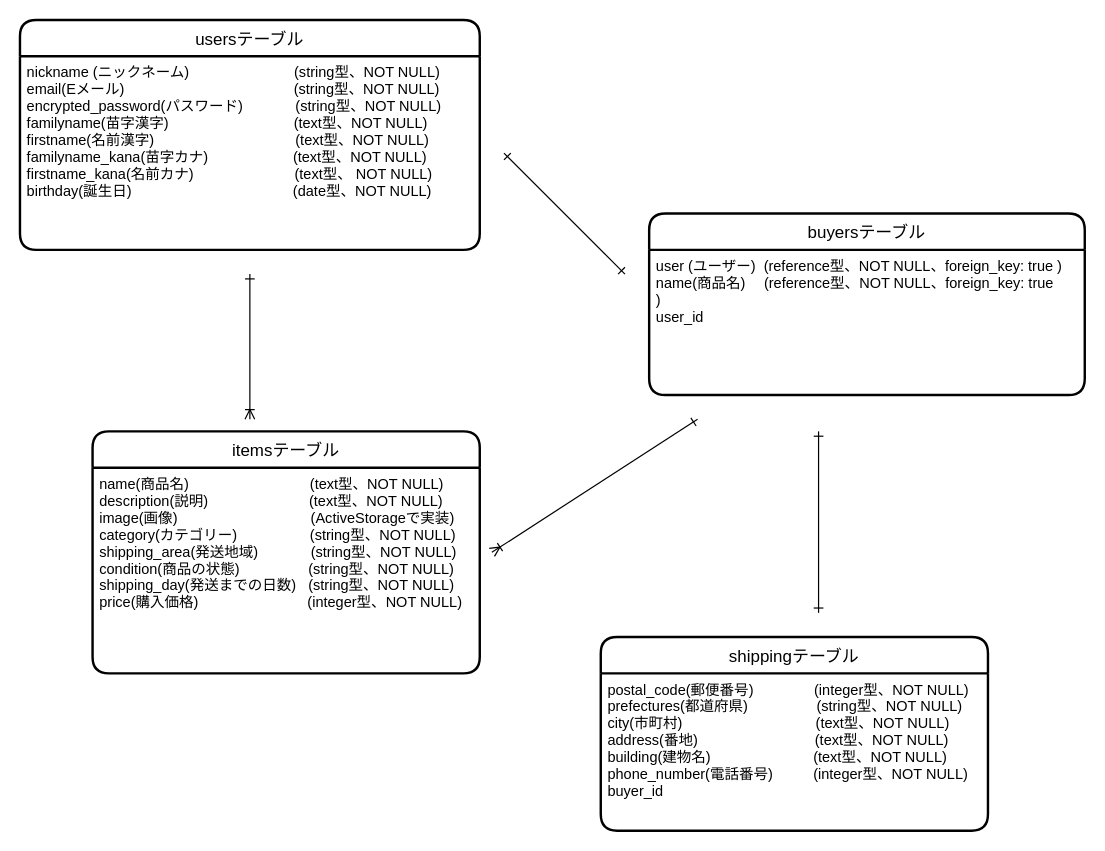
Above: furima-34505.dio in shuuuyan/furima-34505 (draw.io), before the change. Source tidied: cells renumbered, new cells numbered last; positions are measured from the earlier drawing's top-left corner, leaving out a move shared by most shapes. Both pictures are drawn from the tidied source at 121%, with x=0, y=0 at pixel (19, 19).
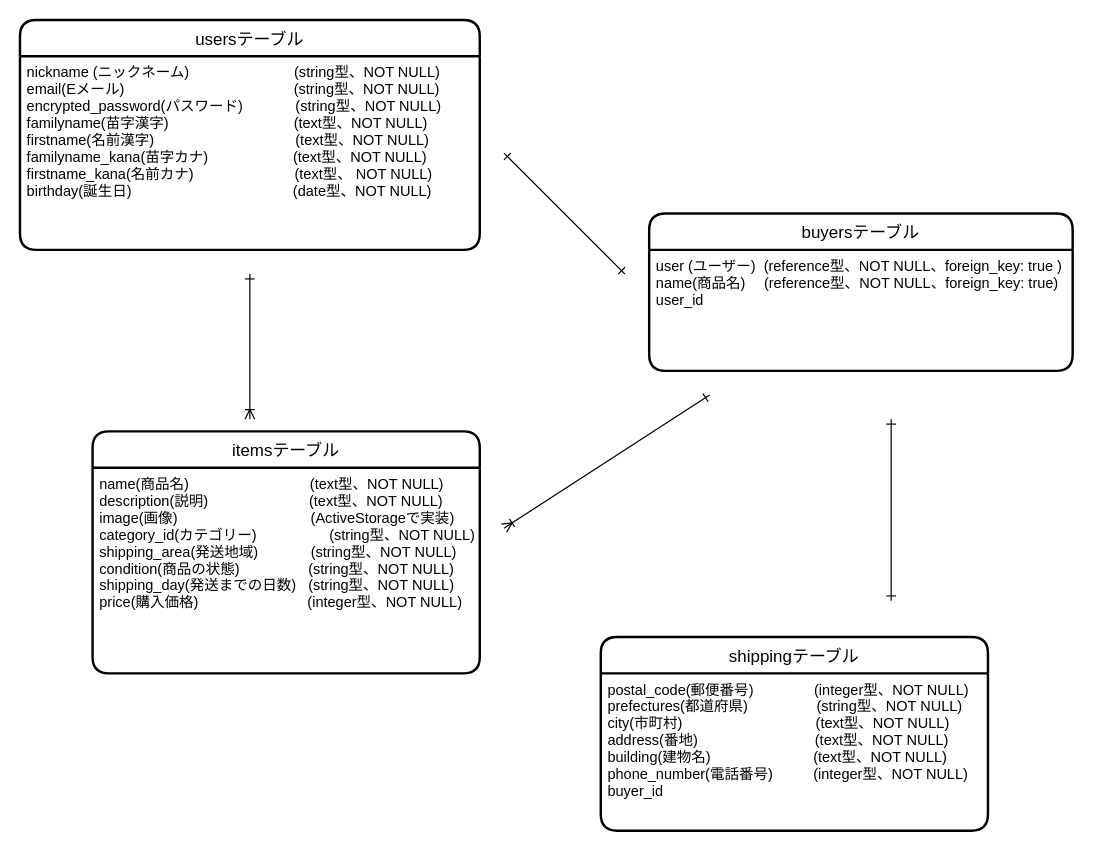
Above is the later version.

Commit message:
データベース修正2

The edit, as a diff of the source:
```diff
@@
 <mxGraphModel>
   <root>
     <mxCell id="0" />
     <mxCell id="1" parent="0" />
     <mxCell id="2" value="usersテーブル" style="swimlane;horizontal=1;startSize=30;rounded=1;fontSize=14;fontStyle=0;strokeWidth=2;shadow=0;dashed=0;align=center;" parent="1" vertex="1">
       <mxGeometry width="380" height="190" as="geometry" />
     </mxCell>
     <mxCell id="3" value="nickname (ニックネーム)                          (string型、NOT NULL)&#10;email(Eメール)                                          (string型、NOT NULL)&#10;encrypted_password(パスワード)             (string型、NOT NULL)&#10;familyname(苗字漢字)                               (text型、NOT NULL)&#10;firstname(名前漢字)                                   (text型、NOT NULL)&#10;familyname_kana(苗字カナ)                     (text型、NOT NULL)&#10;firstname_kana(名前カナ)                         (text型、 NOT NULL)&#10;birthday(誕生日)                                        (date型、NOT NULL)&#10;" style="align=left;strokeColor=none;fillColor=none;spacingLeft=4;fontSize=12;verticalAlign=top;" parent="2" vertex="1">
       <mxGeometry y="30" width="380" height="160" as="geometry" />
     </mxCell>
     <mxCell id="4" value="itemsテーブル" style="swimlane;horizontal=1;startSize=30;rounded=1;fontSize=14;fontStyle=0;strokeWidth=2;shadow=0;dashed=0;align=center;" parent="1" vertex="1">
       <mxGeometry x="60" y="340" width="320" height="200" as="geometry" />
     </mxCell>
-    <mxCell id="5" value="name(商品名)                              (text型、NOT NULL)&#10;description(説明)                         (text型、NOT NULL)&#10;image(画像)                                 (ActiveStorageで実装) &#10;category(カテゴリー)                  (string型、NOT NULL)&#10;shipping_area(発送地域)             (string型、NOT NULL)&#10;condition(商品の状態)                 (string型、NOT NULL)&#10;shipping_day(発送までの日数)   (string型、NOT NULL)&#10;price(購入価格)                           (integer型、NOT NULL)&#10;&#10;" style="align=left;strokeColor=none;fillColor=none;spacingLeft=4;fontSize=12;verticalAlign=top;" parent="4" vertex="1">
+    <mxCell id="5" value="name(商品名)                              (text型、NOT NULL)&#10;description(説明)                         (text型、NOT NULL)&#10;image(画像)                                 (ActiveStorageで実装) &#10;category_id(カテゴリー)                  (string型、NOT NULL)&#10;shipping_area(発送地域)             (string型、NOT NULL)&#10;condition(商品の状態)                 (string型、NOT NULL)&#10;shipping_day(発送までの日数)   (string型、NOT NULL)&#10;price(購入価格)                           (integer型、NOT NULL)&#10;&#10;" style="align=left;strokeColor=none;fillColor=none;spacingLeft=4;fontSize=12;verticalAlign=top;" parent="4" vertex="1">
       <mxGeometry y="30" width="320" height="170" as="geometry" />
     </mxCell>
     <mxCell id="6" value="shippingテーブル" style="swimlane;horizontal=1;startSize=30;rounded=1;fontSize=14;fontStyle=0;strokeWidth=2;shadow=0;dashed=0;align=center;" parent="1" vertex="1">
       <mxGeometry x="480" y="510" width="320" height="160" as="geometry" />
     </mxCell>
     <mxCell id="7" value="postal_code(郵便番号)               (integer型、NOT NULL)&#10;prefectures(都道府県)                 (string型、NOT NULL)                &#10;city(市町村)                                 (text型、NOT NULL)&#10;address(番地)                             (text型、NOT NULL)&#10;building(建物名)          　　　　 (text型、NOT NULL)&#10;phone_number(電話番号)          (integer型、NOT NULL)&#10;buyer_id&#10;" style="align=left;strokeColor=none;fillColor=none;spacingLeft=4;fontSize=12;verticalAlign=top;" parent="6" vertex="1">
       <mxGeometry y="30" width="320" height="130" as="geometry" />
     </mxCell>
     <mxCell id="8" style="edgeStyle=none;rounded=0;orthogonalLoop=1;jettySize=auto;html=1;startArrow=ERone;startFill=0;endArrow=ERone;endFill=0;" parent="1" edge="1">
       <mxGeometry relative="1" as="geometry">
-        <mxPoint x="660" y="340" as="sourcePoint" />
-        <mxPoint x="660" y="490" as="targetPoint" />
+        <mxPoint x="720" y="330" as="sourcePoint" />
+        <mxPoint x="720" y="480" as="targetPoint" />
       </mxGeometry>
     </mxCell>
     <mxCell id="9" value="buyersテーブル" style="swimlane;horizontal=1;startSize=30;rounded=1;fontSize=14;fontStyle=0;strokeWidth=2;shadow=0;dashed=0;align=center;" parent="1" vertex="1">
-      <mxGeometry x="520" y="160" width="360" height="150" as="geometry" />
+      <mxGeometry x="520" y="160" width="350" height="130" as="geometry" />
     </mxCell>
-    <mxCell id="10" value="user (ユーザー)  (reference型、NOT NULL、foreign_key: true )&#10;name(商品名)　 (reference型、NOT NULL、foreign_key: true&#10;)&#10;user_id&#10;" style="align=left;strokeColor=none;fillColor=none;spacingLeft=4;fontSize=12;verticalAlign=top;" parent="9" vertex="1">
-      <mxGeometry y="30" width="360" height="120" as="geometry" />
+    <mxCell id="10" value="user (ユーザー)  (reference型、NOT NULL、foreign_key: true )&#10;name(商品名)　 (reference型、NOT NULL、foreign_key: true)&#10;user_id&#10;" style="align=left;strokeColor=none;fillColor=none;spacingLeft=4;fontSize=12;verticalAlign=top;" parent="9" vertex="1">
+      <mxGeometry y="30" width="350" height="100" as="geometry" />
     </mxCell>
     <mxCell id="11" style="edgeStyle=orthogonalEdgeStyle;rounded=0;orthogonalLoop=1;jettySize=auto;html=1;endArrow=ERoneToMany;endFill=0;startArrow=ERone;startFill=0;" parent="1" edge="1">
       <mxGeometry relative="1" as="geometry">
         <mxPoint x="190" y="210" as="sourcePoint" />
         <mxPoint x="190" y="330" as="targetPoint" />
       </mxGeometry>
     </mxCell>
     <mxCell id="12" style="edgeStyle=none;rounded=0;orthogonalLoop=1;jettySize=auto;html=1;startArrow=ERoneToMany;startFill=0;endArrow=ERone;endFill=0;" parent="1" edge="1">
       <mxGeometry relative="1" as="geometry">
-        <mxPoint x="390" y="440" as="sourcePoint" />
-        <mxPoint x="560" y="330" as="targetPoint" />
+        <mxPoint x="400" y="420" as="sourcePoint" />
+        <mxPoint x="570" y="310" as="targetPoint" />
       </mxGeometry>
     </mxCell>
     <mxCell id="13" style="rounded=0;orthogonalLoop=1;jettySize=auto;html=1;startArrow=ERone;startFill=0;endArrow=ERone;endFill=0;" parent="1" edge="1">
       <mxGeometry relative="1" as="geometry">
         <mxPoint x="500" y="210" as="sourcePoint" />
         <mxPoint x="400" y="110" as="targetPoint" />
       </mxGeometry>
     </mxCell>
   </root>
 </mxGraphModel>
```
